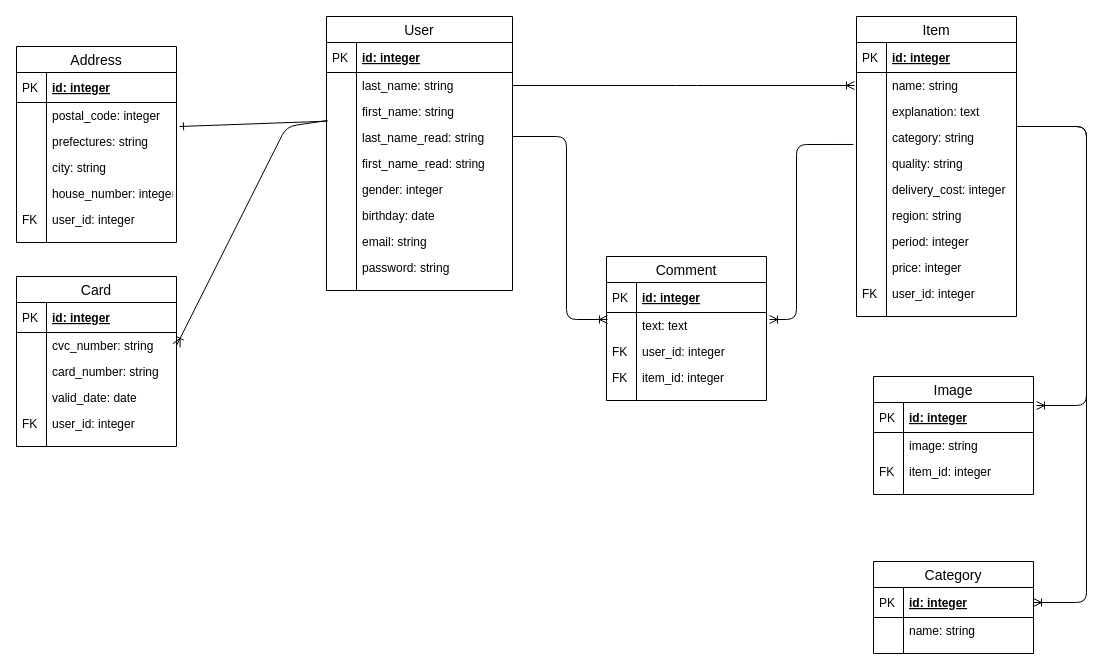
saihalkiki/fleamarket_sample_79d keeps this draw.io diagram as test.drawio. Above is the earlier version. Source tidied: cells renumbered, new cells numbered last; positions are measured from the earlier drawing's top-left corner, leaving out a move shared by most shapes. Both pictures are drawn from the tidied source at 100%, with x=0, y=0 at pixel (16, 16).
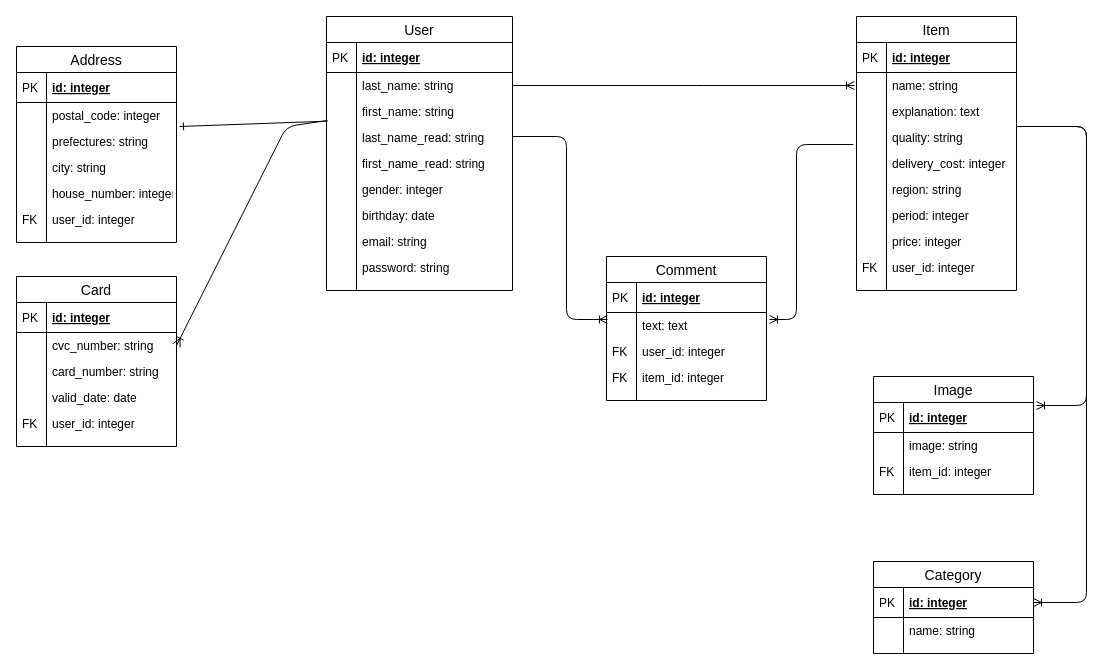
The same page after the edit.

The change refers to these unchanged cells:
```xml
<mxCell id="95" value="text: text" style="shape=partialRectangle;top=0;left=0;right=0;bottom=0;align=left;verticalAlign=top;fillColor=none;spacingLeft=34;spacingRight=4;overflow=hidden;points=[[0,0.5],[1,0.5]];portConstraint=eastwest;fontSize=12;" parent="92" vertex="1">
  <mxGeometry y="56" width="160" height="26" as="geometry" />
</mxCell>
```

The edit, as a diff of the source:
```diff
@@
     <mxCell id="69" value="Item" style="swimlane;fontStyle=0;horizontal=1;startSize=26;align=center;fontSize=14;html=0;" parent="1" vertex="1">
-      <mxGeometry x="840" width="160" height="300" as="geometry" />
+      <mxGeometry x="840" width="160" height="274" as="geometry" />
     </mxCell>
@@
-    <mxCell id="76" value="category: string" style="shape=partialRectangle;top=0;left=0;right=0;bottom=0;align=left;verticalAlign=top;fillColor=none;spacingLeft=34;spacingRight=4;overflow=hidden;points=[[0,0.5],[1,0.5]];portConstraint=eastwest;fontSize=12;" parent="69" vertex="1">
-      <mxGeometry y="108" width="160" height="26" as="geometry" />
-    </mxCell>
-    <mxCell id="77" style="shape=partialRectangle;top=0;left=0;bottom=0;fillColor=none;align=left;verticalAlign=top;spacingLeft=4;spacingRight=4;overflow=hidden;fontSize=12;" parent="76" vertex="1">
-      <mxGeometry width="30" height="26" as="geometry" />
-    </mxCell>
     <mxCell id="78" value="quality: string" style="shape=partialRectangle;top=0;left=0;right=0;bottom=0;align=left;verticalAlign=top;fillColor=none;spacingLeft=34;spacingRight=4;overflow=hidden;fontSize=12;" parent="69" vertex="1">
-      <mxGeometry y="134" width="160" height="26" as="geometry" />
+      <mxGeometry y="108" width="160" height="26" as="geometry" />
     </mxCell>
@@
     <mxCell id="80" value="delivery_cost: integer" style="shape=partialRectangle;top=0;left=0;right=0;bottom=0;align=left;verticalAlign=top;fillColor=none;spacingLeft=34;spacingRight=4;overflow=hidden;fontSize=12;" parent="69" vertex="1">
-      <mxGeometry y="160" width="160" height="26" as="geometry" />
+      <mxGeometry y="134" width="160" height="26" as="geometry" />
     </mxCell>
@@
     <mxCell id="82" value="region: string" style="shape=partialRectangle;top=0;left=0;right=0;bottom=0;align=left;verticalAlign=top;fillColor=none;spacingLeft=34;spacingRight=4;overflow=hidden;fontSize=12;" parent="69" vertex="1">
-      <mxGeometry y="186" width="160" height="26" as="geometry" />
+      <mxGeometry y="160" width="160" height="26" as="geometry" />
     </mxCell>
@@
     <mxCell id="84" value="period: integer" style="shape=partialRectangle;top=0;left=0;right=0;bottom=0;align=left;verticalAlign=top;fillColor=none;spacingLeft=34;spacingRight=4;overflow=hidden;fontSize=12;" parent="69" vertex="1">
-      <mxGeometry y="212" width="160" height="26" as="geometry" />
+      <mxGeometry y="186" width="160" height="26" as="geometry" />
     </mxCell>
@@
     <mxCell id="86" value="price: integer" style="shape=partialRectangle;top=0;left=0;right=0;bottom=0;align=left;verticalAlign=top;fillColor=none;spacingLeft=34;spacingRight=4;overflow=hidden;fontSize=12;" parent="69" vertex="1">
-      <mxGeometry y="238" width="160" height="26" as="geometry" />
+      <mxGeometry y="212" width="160" height="26" as="geometry" />
     </mxCell>
@@
     <mxCell id="88" value="user_id: integer" style="shape=partialRectangle;top=0;left=0;right=0;bottom=0;align=left;verticalAlign=top;fillColor=none;spacingLeft=34;spacingRight=4;overflow=hidden;fontSize=12;" parent="69" vertex="1">
-      <mxGeometry y="264" width="160" height="26" as="geometry" />
+      <mxGeometry y="238" width="160" height="26" as="geometry" />
     </mxCell>
@@
     <mxCell id="90" style="shape=partialRectangle;top=0;left=0;right=0;bottom=0;align=left;verticalAlign=top;fillColor=none;spacingLeft=34;spacingRight=4;overflow=hidden;fontSize=12;" parent="69" vertex="1">
-      <mxGeometry y="290" width="160" height="10" as="geometry" />
+      <mxGeometry y="264" width="160" height="10" as="geometry" />
     </mxCell>
@@
-    <mxCell id="103" style="fontSize=12;html=1;endArrow=ERoneToMany;exitX=-0.019;exitY=0.769;exitDx=0;exitDy=0;exitPerimeter=0;entryX=1.019;entryY=0.269;entryDx=0;entryDy=0;entryPerimeter=0;edgeStyle=orthogonalEdgeStyle;" parent="1" edge="1" source="76" target="95">
+    <mxCell id="103" style="fontSize=12;html=1;endArrow=ERoneToMany;exitX=-0.019;exitY=0.769;exitDx=0;exitDy=0;exitPerimeter=0;entryX=1.019;entryY=0.269;entryDx=0;entryDy=0;entryPerimeter=0;edgeStyle=orthogonalEdgeStyle;" parent="1" edge="1" target="95">
       <mxGeometry relative="1" as="geometry">
+        <mxPoint x="837" y="128" as="sourcePoint" />
         <Array as="points">
           <mxPoint x="780" y="128" />
           <mxPoint x="780" y="303" />
         </Array>
       </mxGeometry>
     </mxCell>
```
